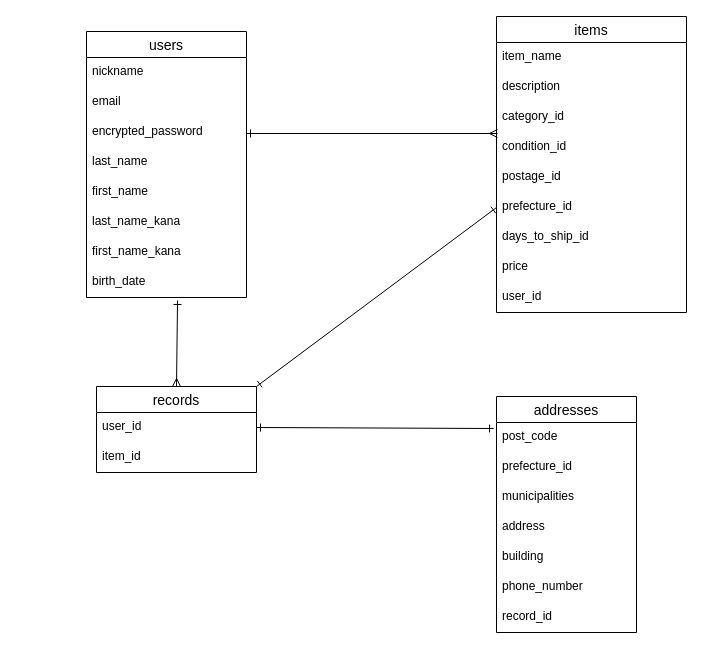
Before: er.dio in k98a73/furima-37676, a draw.io diagram. Source tidied: cells renumbered, new cells numbered last; positions are measured from the earlier drawing's top-left corner, leaving out a move shared by most shapes. Both pictures are drawn from the tidied source at 100%, with x=0, y=0 at pixel (86, 16).
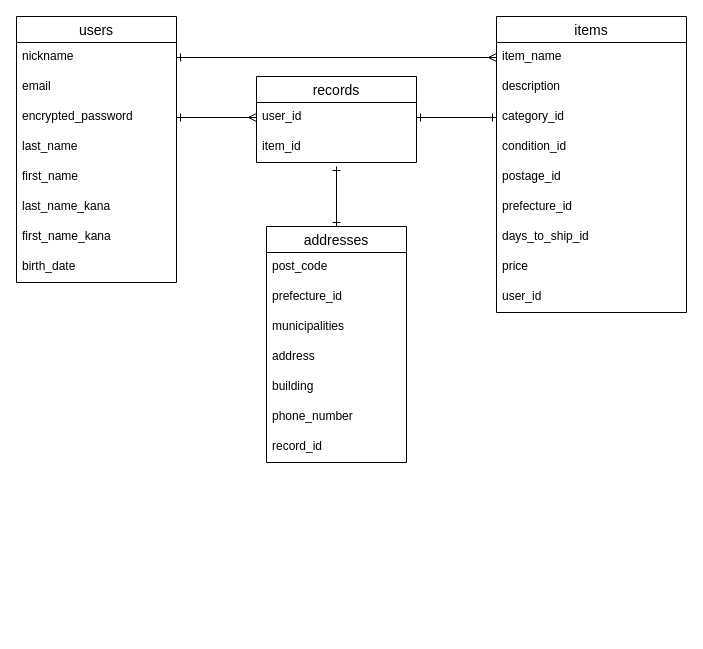
After the change.

Unchanged cells that the change refers to:
```xml
<mxCell id="3" value="nickname" style="text;strokeColor=none;fillColor=none;spacingLeft=4;spacingRight=4;overflow=hidden;points=[[0,0.5],[1,0.5]];portConstraint=eastwest;fontSize=12;" parent="2" vertex="1">
  <mxGeometry y="26" width="160" height="30" as="geometry" />
</mxCell>
<mxCell id="5" value="encrypted_password" style="text;strokeColor=none;fillColor=none;spacingLeft=4;spacingRight=4;overflow=hidden;points=[[0,0.5],[1,0.5]];portConstraint=eastwest;fontSize=12;" parent="2" vertex="1">
  <mxGeometry y="86" width="160" height="30" as="geometry" />
</mxCell>
<mxCell id="10" value="birth_date" style="text;strokeColor=none;fillColor=none;spacingLeft=4;spacingRight=4;overflow=hidden;points=[[0,0.5],[1,0.5]];portConstraint=eastwest;fontSize=12;" parent="2" vertex="1">
  <mxGeometry y="236" width="160" height="30" as="geometry" />
</mxCell>
<mxCell id="12" value="item_name" style="text;strokeColor=none;fillColor=none;spacingLeft=4;spacingRight=4;overflow=hidden;points=[[0,0.5],[1,0.5]];portConstraint=eastwest;fontSize=12;" parent="11" vertex="1">
  <mxGeometry y="26" width="190" height="30" as="geometry" />
</mxCell>
<mxCell id="14" value="category_id" style="text;strokeColor=none;fillColor=none;spacingLeft=4;spacingRight=4;overflow=hidden;points=[[0,0.5],[1,0.5]];portConstraint=eastwest;fontSize=12;" parent="11" vertex="1">
  <mxGeometry y="86" width="190" height="30" as="geometry" />
</mxCell>
<mxCell id="15" value="condition_id" style="text;strokeColor=none;fillColor=none;spacingLeft=4;spacingRight=4;overflow=hidden;points=[[0,0.5],[1,0.5]];portConstraint=eastwest;fontSize=12;" parent="11" vertex="1">
  <mxGeometry y="116" width="190" height="30" as="geometry" />
</mxCell>
<mxCell id="17" value="prefecture_id" style="text;strokeColor=none;fillColor=none;spacingLeft=4;spacingRight=4;overflow=hidden;points=[[0,0.5],[1,0.5]];portConstraint=eastwest;fontSize=12;" parent="11" vertex="1">
  <mxGeometry y="176" width="190" height="30" as="geometry" />
</mxCell>
<mxCell id="22" value="post_code" style="text;strokeColor=none;fillColor=none;spacingLeft=4;spacingRight=4;overflow=hidden;points=[[0,0.5],[1,0.5]];portConstraint=eastwest;fontSize=12;" parent="21" vertex="1">
  <mxGeometry y="26" width="140" height="30" as="geometry" />
</mxCell>
<mxCell id="30" value="user_id" style="text;strokeColor=none;fillColor=none;spacingLeft=4;spacingRight=4;overflow=hidden;points=[[0,0.5],[1,0.5]];portConstraint=eastwest;fontSize=12;" parent="29" vertex="1">
  <mxGeometry y="26" width="160" height="30" as="geometry" />
</mxCell>
```

What changed in the source:
```diff
@@
     <mxCell id="2" value="users" style="swimlane;fontStyle=0;horizontal=1;startSize=26;align=center;fontSize=14;" parent="1" vertex="1">
-      <mxGeometry y="15" width="160" height="266" as="geometry" />
+      <mxGeometry x="-70" width="160" height="266" as="geometry" />
     </mxCell>
@@
     <mxCell id="21" value="addresses" style="swimlane;fontStyle=0;horizontal=1;startSize=26;align=center;fontSize=14;" parent="1" vertex="1">
-      <mxGeometry x="410" y="380" width="140" height="236" as="geometry" />
+      <mxGeometry x="180" y="210" width="140" height="236" as="geometry" />
     </mxCell>
@@
     <mxCell id="29" value="records" style="swimlane;fontStyle=0;horizontal=1;startSize=26;align=center;fontSize=14;" parent="1" vertex="1">
-      <mxGeometry x="10" y="370" width="160" height="86" as="geometry" />
+      <mxGeometry x="170" y="60" width="160" height="86" as="geometry" />
     </mxCell>
@@
-    <mxCell id="32" style="edgeStyle=none;html=1;startArrow=ERone;startFill=0;endArrow=ERmany;endFill=0;entryX=0.005;entryY=0.033;entryDx=0;entryDy=0;entryPerimeter=0;" parent="1" edge="1" target="15">
-      <mxGeometry relative="1" as="geometry">
-        <mxPoint x="160" y="117" as="sourcePoint" />
-      </mxGeometry>
+    <mxCell id="32" style="edgeStyle=none;html=1;startArrow=ERone;startFill=0;endArrow=ERmany;endFill=0;entryX=0;entryY=0.5;entryDx=0;entryDy=0;exitX=1;exitY=0.5;exitDx=0;exitDy=0;" parent="1" edge="1" source="3" target="12">
+      <mxGeometry relative="1" as="geometry" />
     </mxCell>
-    <mxCell id="33" style="edgeStyle=none;html=1;exitX=0.569;exitY=1.1;exitDx=0;exitDy=0;startArrow=ERone;startFill=0;endArrow=ERmany;endFill=0;exitPerimeter=0;entryX=0.5;entryY=0;entryDx=0;entryDy=0;" parent="1" edge="1" source="10" target="29">
+    <mxCell id="33" style="edgeStyle=none;html=1;exitX=1;exitY=0.5;exitDx=0;exitDy=0;startArrow=ERone;startFill=0;endArrow=ERmany;endFill=0;entryX=0;entryY=0.5;entryDx=0;entryDy=0;" parent="1" edge="1" source="5" target="30">
       <mxGeometry relative="1" as="geometry" />
     </mxCell>
-    <mxCell id="34" style="edgeStyle=none;html=1;exitX=1;exitY=0.5;exitDx=0;exitDy=0;entryX=-0.021;entryY=0.2;entryDx=0;entryDy=0;entryPerimeter=0;startArrow=ERone;startFill=0;endArrow=ERone;endFill=0;" parent="1" edge="1" source="30" target="22">
-      <mxGeometry relative="1" as="geometry" />
+    <mxCell id="34" style="edgeStyle=none;html=1;entryX=0.5;entryY=0;entryDx=0;entryDy=0;startArrow=ERone;startFill=0;endArrow=ERone;endFill=0;" parent="1" edge="1" target="21">
+      <mxGeometry relative="1" as="geometry">
+        <mxPoint x="250" y="150" as="sourcePoint" />
+      </mxGeometry>
     </mxCell>
-    <mxCell id="35" style="edgeStyle=none;html=1;exitX=0;exitY=0.5;exitDx=0;exitDy=0;entryX=1;entryY=0;entryDx=0;entryDy=0;startArrow=ERone;startFill=0;endArrow=ERone;endFill=0;" parent="1" edge="1" source="17" target="29">
+    <mxCell id="35" style="edgeStyle=none;html=1;entryX=1;entryY=0.5;entryDx=0;entryDy=0;startArrow=ERone;startFill=0;endArrow=ERone;endFill=0;exitX=0;exitY=0.5;exitDx=0;exitDy=0;" parent="1" edge="1" source="14" target="30">
       <mxGeometry relative="1" as="geometry" />
     </mxCell>
```
